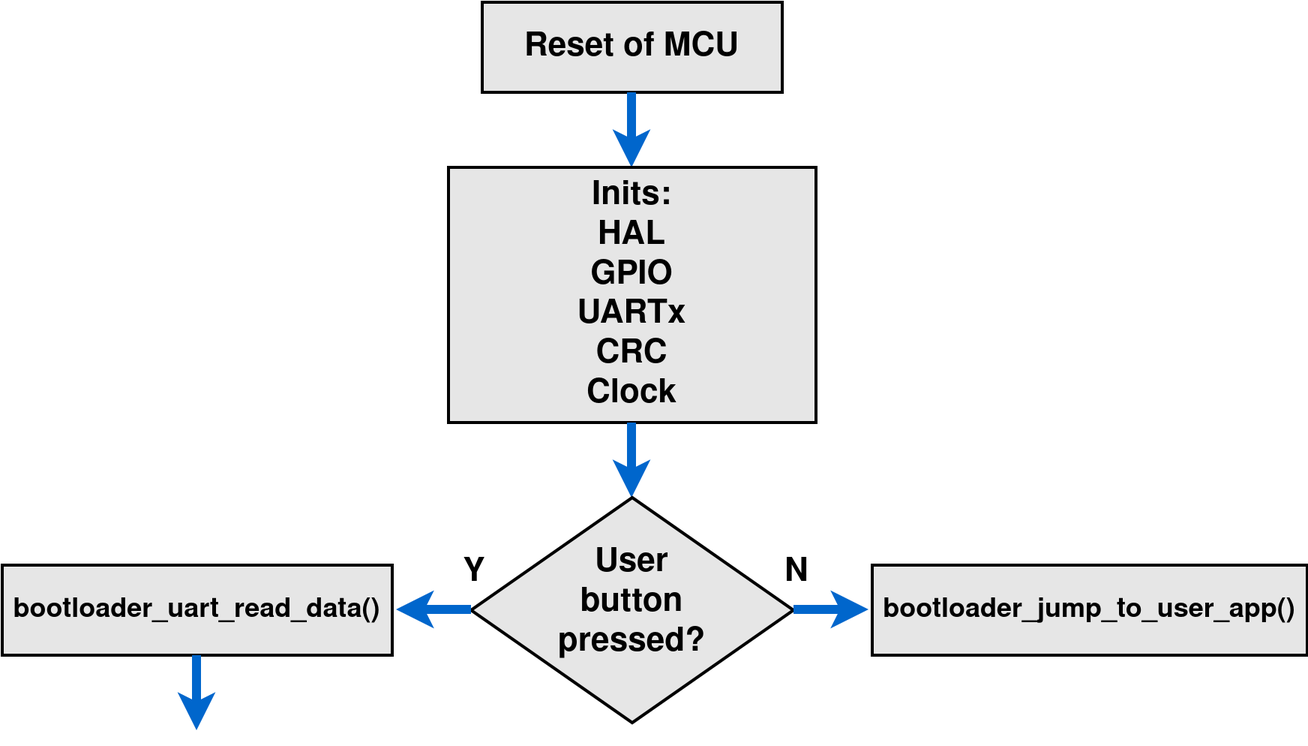
mattsousaa/STM32F767ZI_Bootloader keeps this draw.io diagram as 00_Documents/imagens/flowchart.png. Above is the earlier version. Source tidied: cells renumbered, new cells last; positions are measured from the earlier drawing's top-left corner, leaving out a move shared by most shapes.
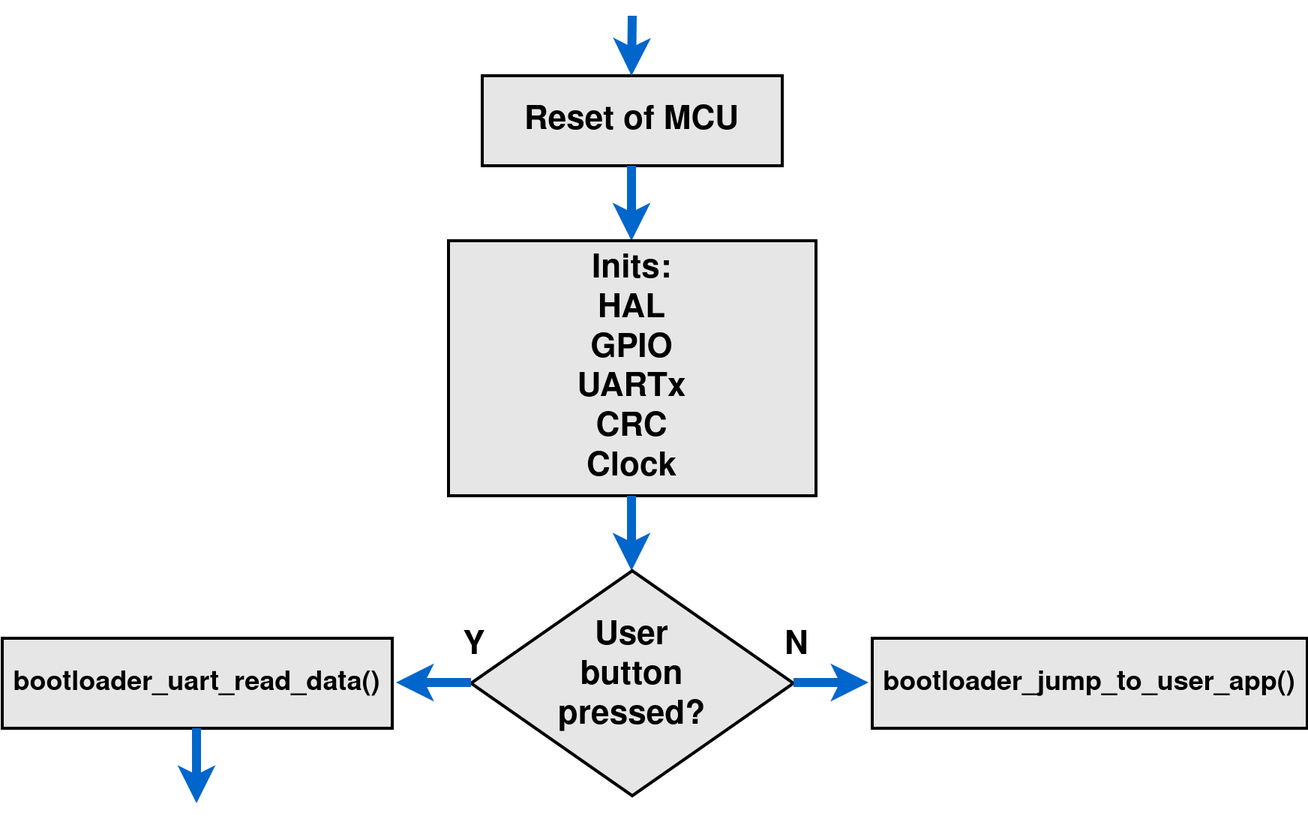
After the change.

What changed in the source:
```diff
@@ -68,5 +68,11 @@
         <mxPoint x="129.5" y="485" as="targetPoint" />
       </mxGeometry>
     </mxCell>
+    <mxCell id="19" style="endArrow=classic;html=1;fontSize=22;fontColor=#000000;strokeWidth=6;strokeColor=#0066CC;" parent="1" edge="1">
+      <mxGeometry relative="1" as="geometry">
+        <mxPoint x="420" y="-40" as="sourcePoint" />
+        <mxPoint x="419.5" as="targetPoint" />
+      </mxGeometry>
+    </mxCell>
   </root>
 </mxGraphModel>
```
